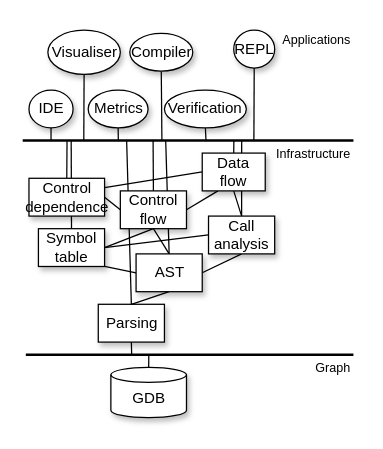
P4ELTE/P4Query keeps this draw.io diagram as publications/The_tool_intro/figures/arch-deps.drawio. Above is the earlier version. Source tidied: cells renumbered, new cells numbered last; positions are measured from the earlier drawing's top-left corner, leaving out a move shared by most shapes. Both pictures are drawn from the tidied source at 126%, with x=0, y=0 at pixel (23, 26).
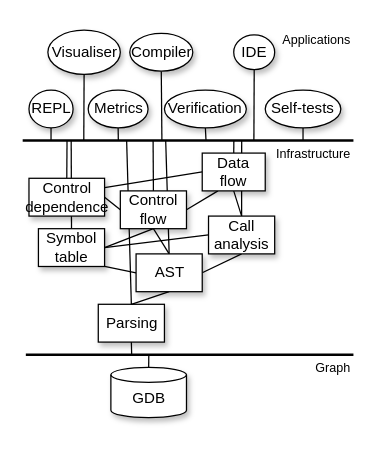
Above is the later version.

The change refers to these unchanged cells:
```xml
<mxCell id="44" value="Infrastructure" style="text;html=1;strokeColor=none;fillColor=none;align=right;verticalAlign=middle;whiteSpace=wrap;rounded=0;shadow=1;fontFamily=STIX;fontSize=10;" parent="1" vertex="1">
  <mxGeometry x="222" y="90" width="40" height="20" as="geometry" />
</mxCell>
```

Diff of the diagram source:
```diff
@@
-    <mxCell id="26" value="IDE" style="ellipse;whiteSpace=wrap;html=1;fontFamily=STIX;shadow=1;" parent="1" vertex="1">
+    <mxCell id="26" value="REPL" style="ellipse;whiteSpace=wrap;html=1;fontFamily=STIX;shadow=1;" parent="1" vertex="1">
       <mxGeometry x="4.5" y="50" width="35" height="30" as="geometry" />
     </mxCell>
@@
-    <mxCell id="28" value="REPL" style="ellipse;whiteSpace=wrap;html=1;fontFamily=STIX;shadow=1;" parent="1" vertex="1">
-      <mxGeometry x="167" y="2.5" width="32.5" height="30" as="geometry" />
+    <mxCell id="28" value="IDE" style="ellipse;whiteSpace=wrap;html=1;fontFamily=STIX;shadow=1;" parent="1" vertex="1">
+      <mxGeometry x="167" y="6.2" width="32.5" height="27.5" as="geometry" />
     </mxCell>
@@
+    <mxCell id="46" style="edgeStyle=orthogonalEdgeStyle;rounded=0;jettySize=auto;html=1;exitX=0.5;exitY=1;exitDx=0;exitDy=0;entryX=0;entryY=0;entryDx=0;entryDy=0;endArrow=none;endFill=0;" parent="1" edge="1" source="47" target="44">
+      <mxGeometry relative="1" as="geometry" />
+    </mxCell>
+    <mxCell id="47" value="Self-tests" style="ellipse;whiteSpace=wrap;html=1;fontFamily=STIX;shadow=1;" parent="1" vertex="1">
+      <mxGeometry x="192" y="50" width="60" height="30" as="geometry" />
+    </mxCell>
```
